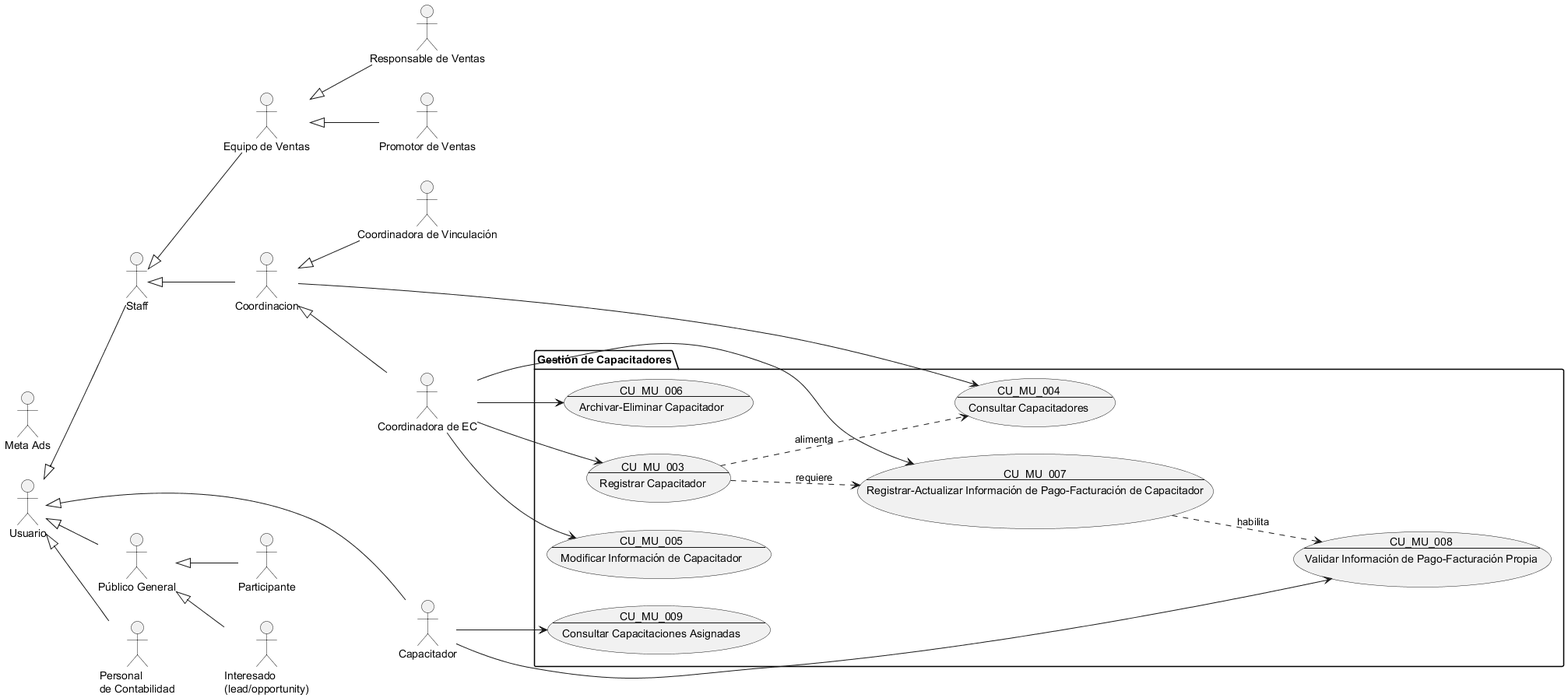
This is Docs/Requerimientos/Diagramas/img/Gestión de Capacitadores.png from Proyectos-Vinculacion-FMAT/ECFCA, a PlantUML export, as it was before one commit.
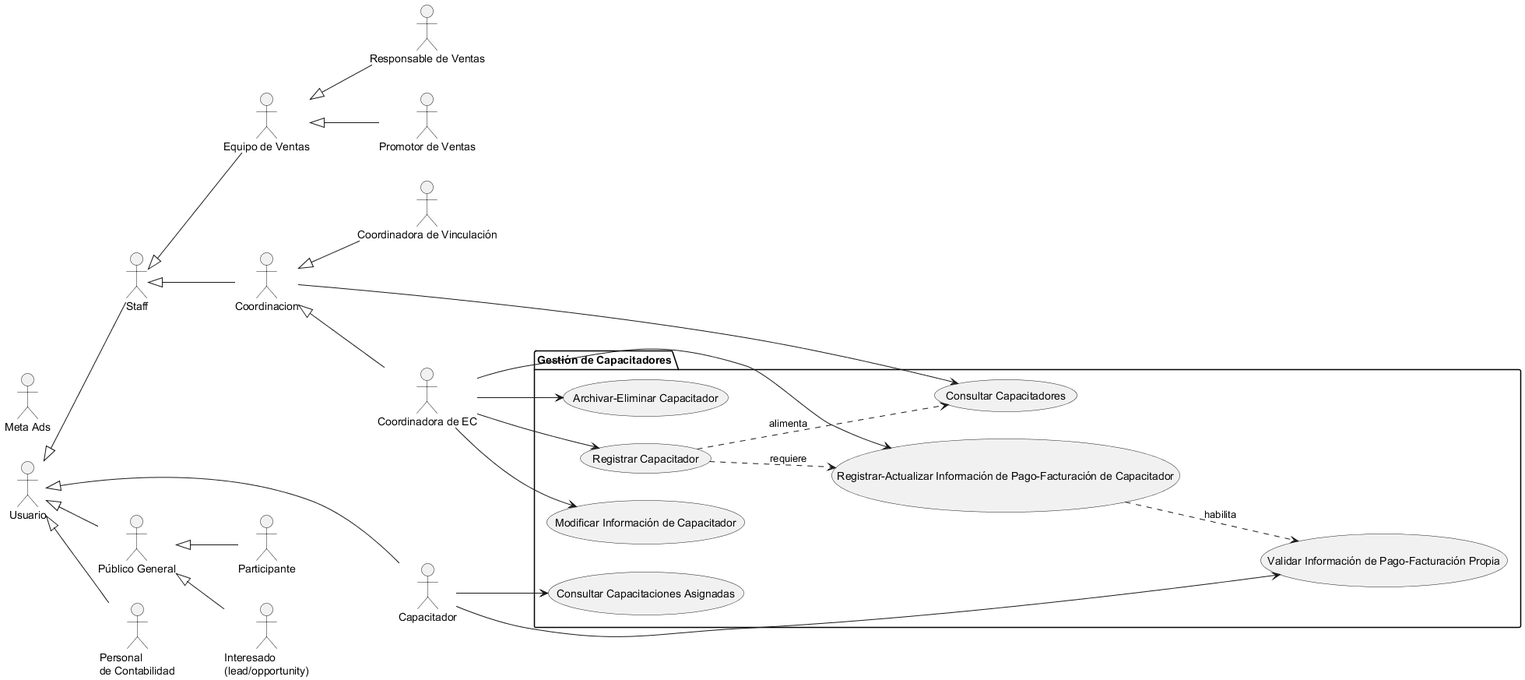
After the commit.

The edit, as a diff of the source:
```diff
@@ -3,43 +3,15 @@
 !include Actores.puml
 
 package "Gestión de Capacitadores" {
-    usecase CU_MU_003 as "
-    CU_MU_003
-    ---
-    Registrar Capacitador
-    "
-    usecase CU_MU_004 as "
-    CU_MU_004
-    ---
-    Consultar Capacitadores
-    "
-    usecase CU_MU_005 as "
-    CU_MU_005
-    ---
-    Modificar Información de Capacitador
-    "
-    usecase CU_MU_006 as "
-    CU_MU_006
-    ---
-    Archivar-Eliminar Capacitador
-    "
+    usecase CU_MU_003 as "Registrar Capacitador"
+    usecase CU_MU_004 as "Consultar Capacitadores"
+    usecase CU_MU_005 as "Modificar Información de Capacitador"
+    usecase CU_MU_006 as "Archivar-Eliminar Capacitador"
 
-    usecase CU_MU_007 as "
-    CU_MU_007
-    ---
-    Registrar-Actualizar Información de Pago-Facturación de Capacitador
-    "
-    usecase CU_MU_008 as "
-    CU_MU_008
-    ---
-    Validar Información de Pago-Facturación Propia
-    "
+    usecase CU_MU_007 as "Registrar-Actualizar Información de Pago-Facturación de Capacitador"
+    usecase CU_MU_008 as "Validar Información de Pago-Facturación Propia"
 
-    usecase CU_MU_009 as "
-    CU_MU_009
-    ---
-    Consultar Capacitaciones Asignadas
-    "
+    usecase CU_MU_009 as "Consultar Capacitaciones Asignadas"
 }
 
 coordinadora_ec --> CU_MU_003
```
